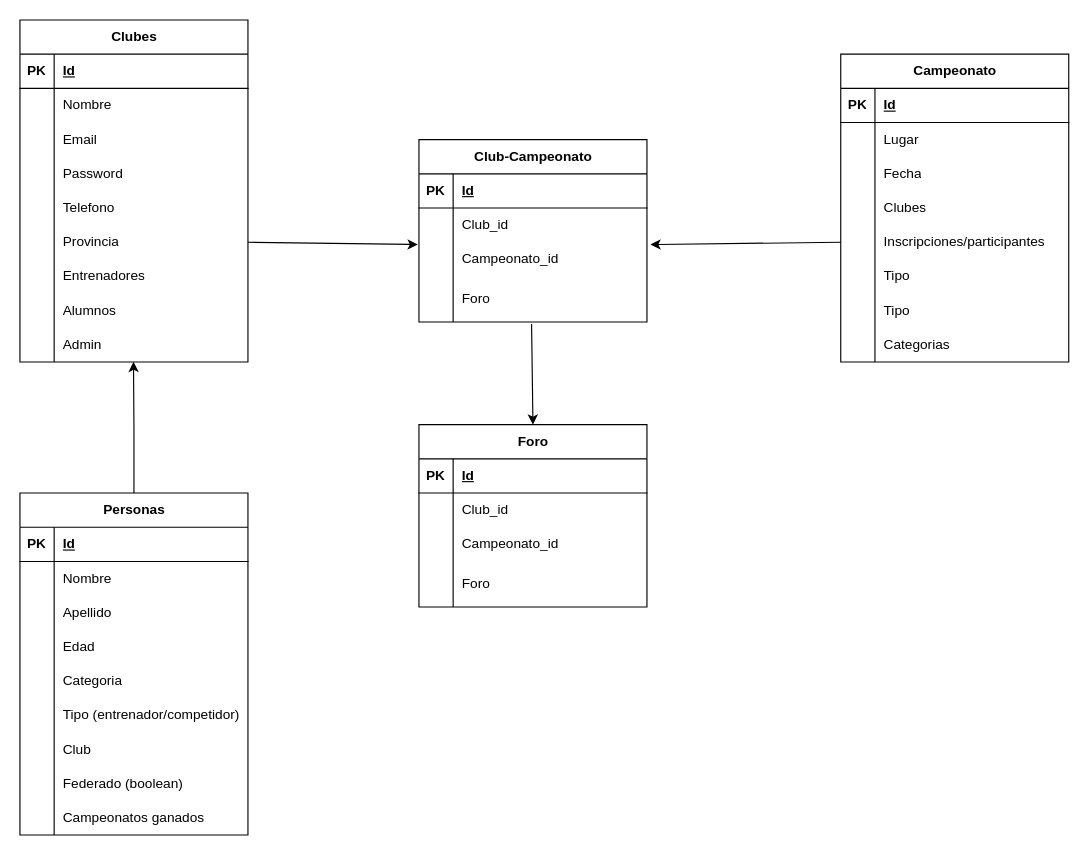
Earlier version of the draw.io diagram Diagrama sin título.drawio (IvanSoriano19/tkdata-react-mui). Source tidied: cells renumbered, new cells numbered last; positions are measured from the earlier drawing's top-left corner, leaving out a move shared by most shapes. Both pictures are drawn from the tidied source at 114%, with x=0, y=0 at pixel (19, 19).
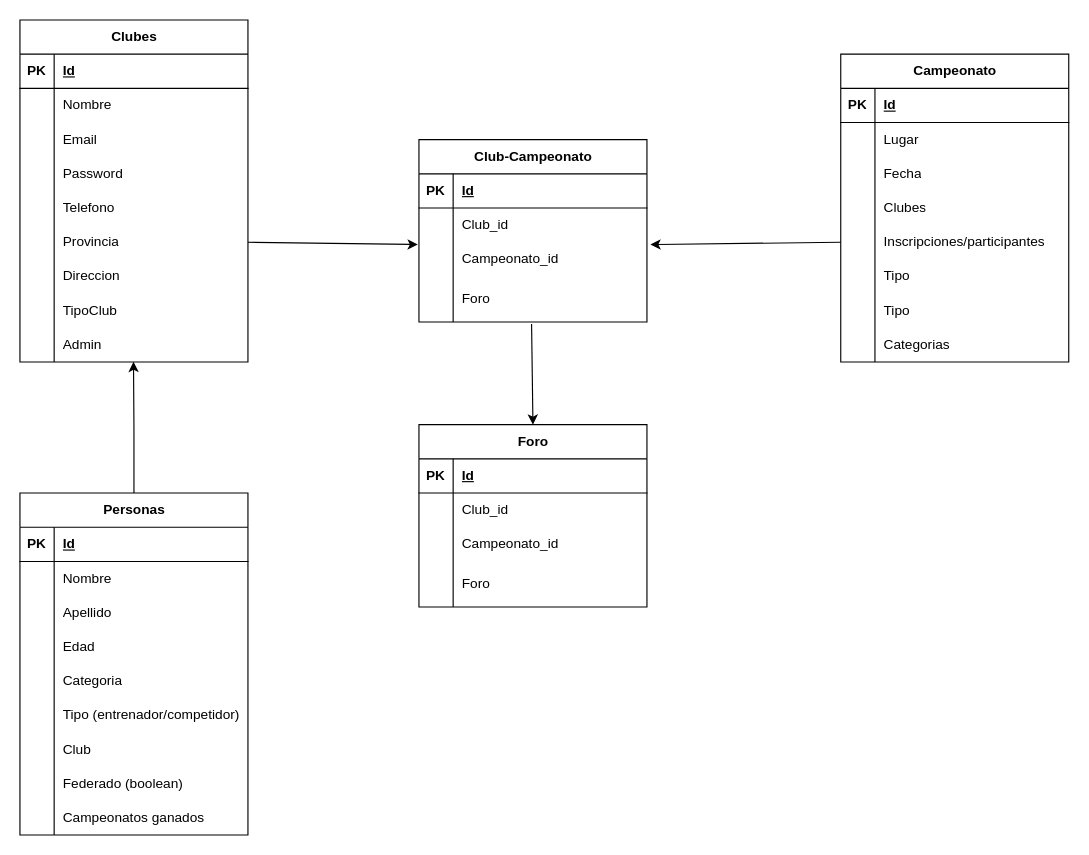
After the change.

Commit message:
direccion-tipoclub

Unchanged cells that the change refers to:
```xml
<mxCell id="21" style="shape=tableRow;horizontal=0;startSize=0;swimlaneHead=0;swimlaneBody=0;fillColor=none;top=0;left=0;right=0;bottom=0;" parent="2" vertex="1">
  <mxGeometry y="210" width="200" height="30" as="geometry" />
</mxCell>
<mxCell id="24" style="shape=tableRow;horizontal=0;startSize=0;swimlaneHead=0;swimlaneBody=0;fillColor=none;top=0;left=0;right=0;bottom=0;" parent="2" vertex="1">
  <mxGeometry y="240" width="200" height="30" as="geometry" />
</mxCell>
```

What changed in the source:
```diff
@@
-    <mxCell id="23" value="Entrenadores" style="shape=partialRectangle;fillColor=none;top=0;left=0;bottom=0;right=0;align=left;spacingLeft=6;overflow=hidden;whiteSpace=wrap;html=1;" parent="21" vertex="1">
+    <mxCell id="23" value="Direccion" style="shape=partialRectangle;fillColor=none;top=0;left=0;bottom=0;right=0;align=left;spacingLeft=6;overflow=hidden;whiteSpace=wrap;html=1;" parent="21" vertex="1">
       <mxGeometry x="30" width="170" height="30" as="geometry" />
     </mxCell>
@@
-    <mxCell id="26" value="Alumnos" style="shape=partialRectangle;fillColor=none;top=0;left=0;bottom=0;right=0;align=left;spacingLeft=6;overflow=hidden;whiteSpace=wrap;html=1;" parent="24" vertex="1">
+    <mxCell id="26" value="TipoClub" style="shape=partialRectangle;fillColor=none;top=0;left=0;bottom=0;right=0;align=left;spacingLeft=6;overflow=hidden;whiteSpace=wrap;html=1;" parent="24" vertex="1">
       <mxGeometry x="30" width="170" height="30" as="geometry" />
     </mxCell>
```
